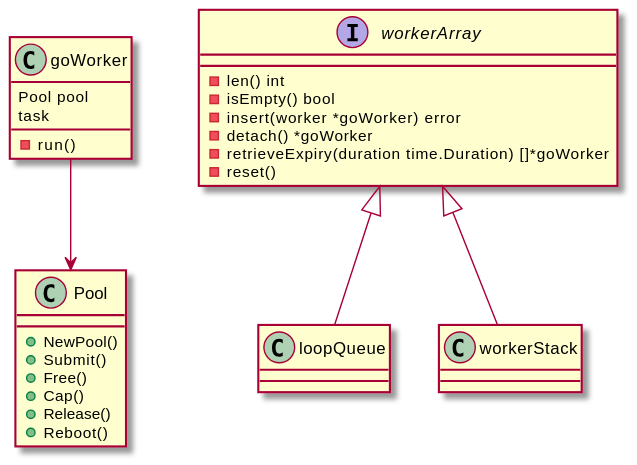
Before: source/img/puml/ants/ants.svg, a diagram exported from PlantUML (huangxingx/huangxingx.github.io).
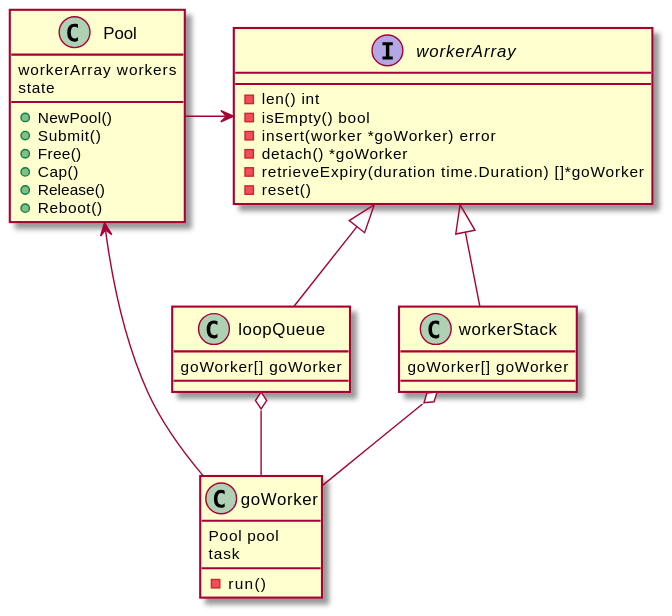
The same file after the commit.

Change to the diagram source:
```diff
@@ -1,5 +1,7 @@
 @startuml ants
 class Pool {
+    workerArray workers
+    state
     + NewPool()
     + Submit()
     + Free()
@@ -7,7 +9,7 @@
     + Release()
     + Reboot()
 }
-goWorker --> Pool
+
 class goWorker {
     Pool pool
     task
@@ -22,12 +24,21 @@
 	-retrieveExpiry(duration time.Duration) []*goWorker
 	-reset()
 }
+
+class loopQueue{
+    goWorker[] goWorker
+}
+class workerStack{
+    goWorker[] goWorker
+}
+
+Pool <-- goWorker
+Pool -> workerArray
+
 workerArray <|-- loopQueue
 workerArray <|-- workerStack
 
-class loopQueue{
-
-}
-class workerStack{}
+loopQueue o-- goWorker
+workerStack o-- goWorker
 
 @enduml
```
